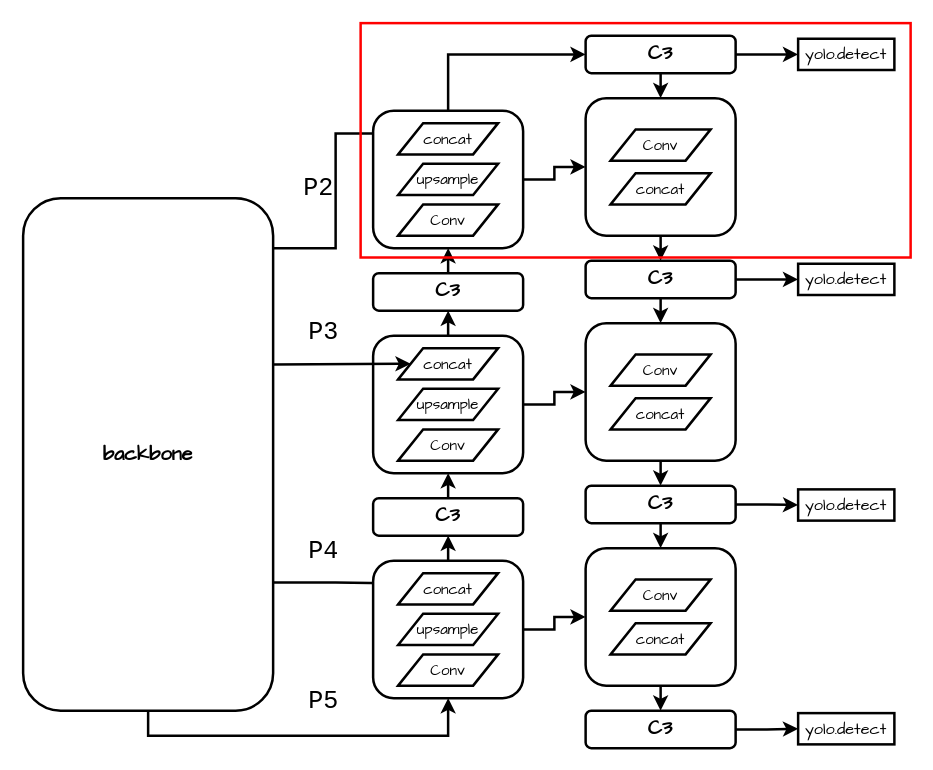
Above: page "ch4-p2" (11 of 21) of figs.drawio in 225ceV/tiny (draw.io), before the change. Source tidied: cells renumbered, new cells numbered last; positions are measured from the earlier drawing's top-left corner, leaving out a move shared by most shapes. Both pictures are drawn from the tidied source at 125%, with x=0, y=0 at pixel (22, 22).
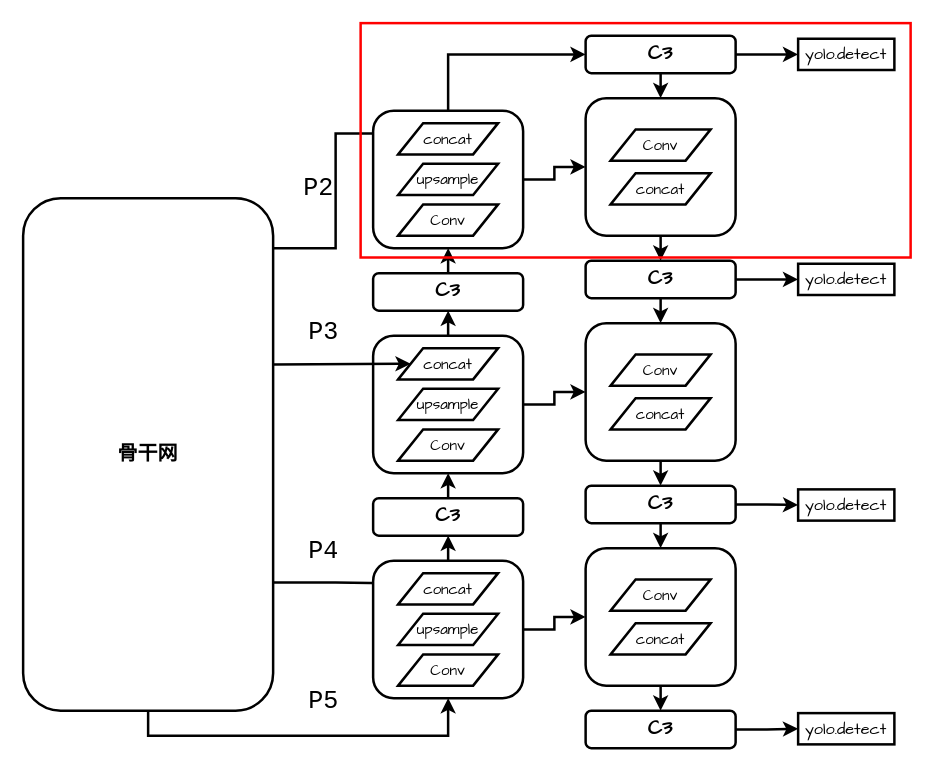
After the change.

What changed in the source:
```diff
@@
-    <mxCell id="9" value="&lt;font style=&quot;font-size: 16px;&quot; face=&quot;Comic Sans MS&quot;&gt;&lt;b&gt;backbone&lt;/b&gt;&lt;/font&gt;" style="rounded=1;whiteSpace=wrap;html=1;glass=0;strokeWidth=2;" parent="1" vertex="1">
+    <mxCell id="9" value="&lt;font style=&quot;font-size: 16px;&quot; face=&quot;Comic Sans MS&quot;&gt;&lt;b&gt;骨干网&lt;/b&gt;&lt;/font&gt;" style="rounded=1;whiteSpace=wrap;html=1;glass=0;strokeWidth=2;" parent="1" vertex="1">
       <mxGeometry y="140" width="200" height="410" as="geometry" />
     </mxCell>
```
